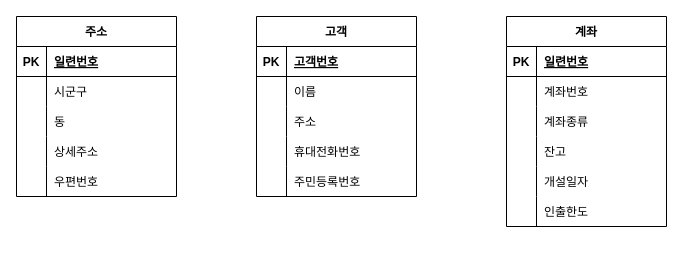
Earlier version of the draw.io diagram school-Java/정보처리기능사-예제2.drawio (BackdevHong/JAVA). Source tidied: cells renumbered, new cells numbered last; positions are measured from the earlier drawing's top-left corner, leaving out a move shared by most shapes. Both pictures are drawn from the tidied source at 100%, with x=0, y=0 at pixel (16, 16).
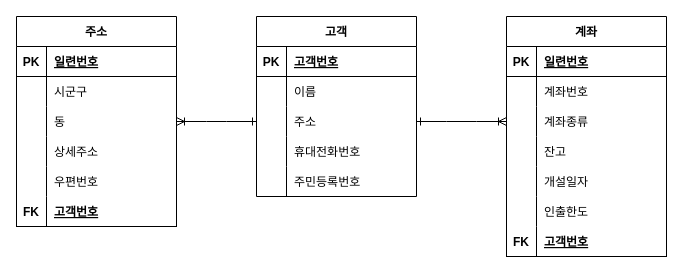
Above is the later version.

Commit message (it also covers changes not shown here):
정보처리기능사-예제2.drawio 업데이트

The change refers to these unchanged cells:
```xml
<mxCell id="9" style="shape=tableRow;horizontal=0;startSize=0;swimlaneHead=0;swimlaneBody=0;fillColor=none;points=[[0,0.5],[1,0.5]];portConstraint=eastwest;top=0;left=0;right=0;bottom=0;" parent="2" vertex="1">
  <mxGeometry y="90" width="160" height="30" as="geometry" />
</mxCell>
<mxCell id="25" style="shape=tableRow;horizontal=0;startSize=0;swimlaneHead=0;swimlaneBody=0;fillColor=none;points=[[0,0.5],[1,0.5]];portConstraint=eastwest;top=0;left=0;right=0;bottom=0;" parent="18" vertex="1">
  <mxGeometry y="90" width="160" height="30" as="geometry" />
</mxCell>
<mxCell id="41" style="shape=tableRow;horizontal=0;startSize=0;swimlaneHead=0;swimlaneBody=0;fillColor=none;points=[[0,0.5],[1,0.5]];portConstraint=eastwest;top=0;left=0;right=0;bottom=0;" parent="34" vertex="1">
  <mxGeometry y="90" width="160" height="30" as="geometry" />
</mxCell>
```

The edit, as a diff of the source:
```diff
@@
     <mxCell id="2" value="주소" style="shape=table;startSize=30;childLayout=tableLayout;rowLines=0;fontStyle=1;align=center;" parent="1" vertex="1">
-      <mxGeometry width="160" height="180" as="geometry" />
+      <mxGeometry width="160" height="210" as="geometry" />
     </mxCell>
@@
+    <mxCell id="53" style="shape=tableRow;horizontal=0;startSize=0;swimlaneHead=0;swimlaneBody=0;fillColor=none;top=0;left=0;right=0;bottom=1;" parent="2" vertex="1">
+      <mxGeometry y="180" width="160" height="30" as="geometry" />
+    </mxCell>
+    <mxCell id="54" value="FK" style="shape=partialRectangle;fillColor=none;top=0;left=0;bottom=0;right=0;fontStyle=1;overflow=hidden;" parent="53" vertex="1">
+      <mxGeometry width="30" height="30" as="geometry" />
+    </mxCell>
+    <mxCell id="55" value="고객번호" style="shape=partialRectangle;fillColor=none;top=0;left=0;bottom=0;right=0;align=left;spacingLeft=6;fontStyle=5;overflow=hidden;" parent="53" vertex="1">
+      <mxGeometry x="30" width="130" height="30" as="geometry" />
+    </mxCell>
@@
     <mxCell id="34" value="계좌" style="shape=table;startSize=30;childLayout=tableLayout;rowLines=0;fontStyle=1;align=center;" parent="1" vertex="1">
-      <mxGeometry x="490" width="160" height="210" as="geometry" />
+      <mxGeometry x="490" width="160" height="240" as="geometry" />
     </mxCell>
@@
+    <mxCell id="56" style="shape=tableRow;horizontal=0;startSize=0;swimlaneHead=0;swimlaneBody=0;fillColor=none;top=0;left=0;right=0;bottom=1;" parent="34" vertex="1">
+      <mxGeometry y="210" width="160" height="30" as="geometry" />
+    </mxCell>
+    <mxCell id="57" value="FK" style="shape=partialRectangle;fillColor=none;top=0;left=0;bottom=0;right=0;fontStyle=1;overflow=hidden;" parent="56" vertex="1">
+      <mxGeometry width="30" height="30" as="geometry" />
+    </mxCell>
+    <mxCell id="58" value="고객번호" style="shape=partialRectangle;fillColor=none;top=0;left=0;bottom=0;right=0;align=left;spacingLeft=6;fontStyle=5;overflow=hidden;" parent="56" vertex="1">
+      <mxGeometry x="30" width="130" height="30" as="geometry" />
+    </mxCell>
+    <mxCell id="59" style="edgeStyle=entityRelationEdgeStyle;fontSize=12;html=1;endArrow=ERone;endFill=0;rounded=0;exitX=1;exitY=0.5;exitDx=0;exitDy=0;entryX=0;entryY=0.5;entryDx=0;entryDy=0;startArrow=ERoneToMany;startFill=0;" parent="1" edge="1" source="9" target="25">
+      <mxGeometry relative="1" as="geometry" />
+    </mxCell>
+    <mxCell id="60" style="edgeStyle=entityRelationEdgeStyle;fontSize=12;html=1;endArrow=ERoneToMany;endFill=0;rounded=0;exitX=1;exitY=0.5;exitDx=0;exitDy=0;startArrow=ERone;startFill=0;entryX=0;entryY=0.5;entryDx=0;entryDy=0;" parent="1" edge="1" source="25" target="41">
+      <mxGeometry relative="1" as="geometry" />
+    </mxCell>
```
